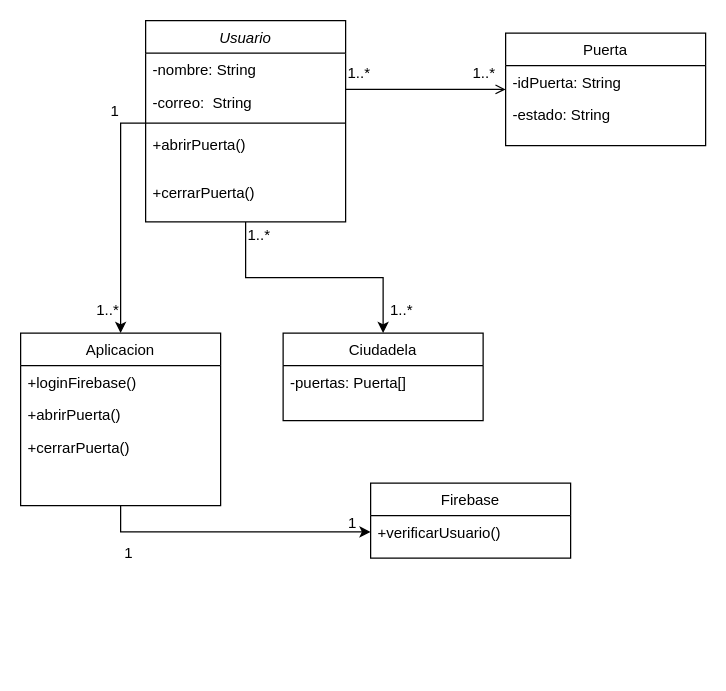
This is Diagrama de clases.drawio from KireSql/ProyectoAMST2023, a draw.io file, before an edit. Source tidied: cells renumbered, new cells numbered last; positions are measured from the earlier drawing's top-left corner, leaving out a move shared by most shapes. Both pictures are drawn from the tidied source at 125%, with x=0, y=0 at pixel (20, 20).
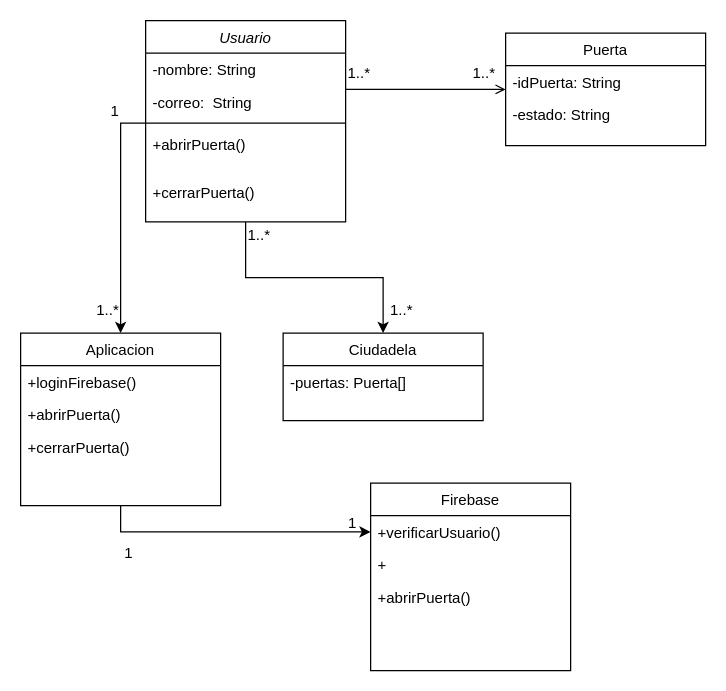
The same diagram, later.

Diff of the diagram source:
```diff
@@
     <mxCell id="22" value="Firebase" style="swimlane;fontStyle=0;align=center;verticalAlign=top;horizontal=1;startSize=26;rounded=0;shadow=0;strokeWidth=1;" parent="1" vertex="1">
-      <mxGeometry x="280" y="370" width="160" height="60" as="geometry" />
+      <mxGeometry x="280" y="370" width="160" height="150" as="geometry" />
     </mxCell>
@@
+    <mxCell id="31" value="+" style="text;align=left;verticalAlign=top;spacingLeft=4;spacingRight=4;overflow=hidden;" parent="22" vertex="1">
+      <mxGeometry y="52" width="160" height="26" as="geometry" />
+    </mxCell>
+    <mxCell id="32" value="+abrirPuerta()" style="text;align=left;verticalAlign=top;spacingLeft=4;spacingRight=4;overflow=hidden;" parent="22" vertex="1">
+      <mxGeometry y="78" width="160" height="26" as="geometry" />
+    </mxCell>
```
